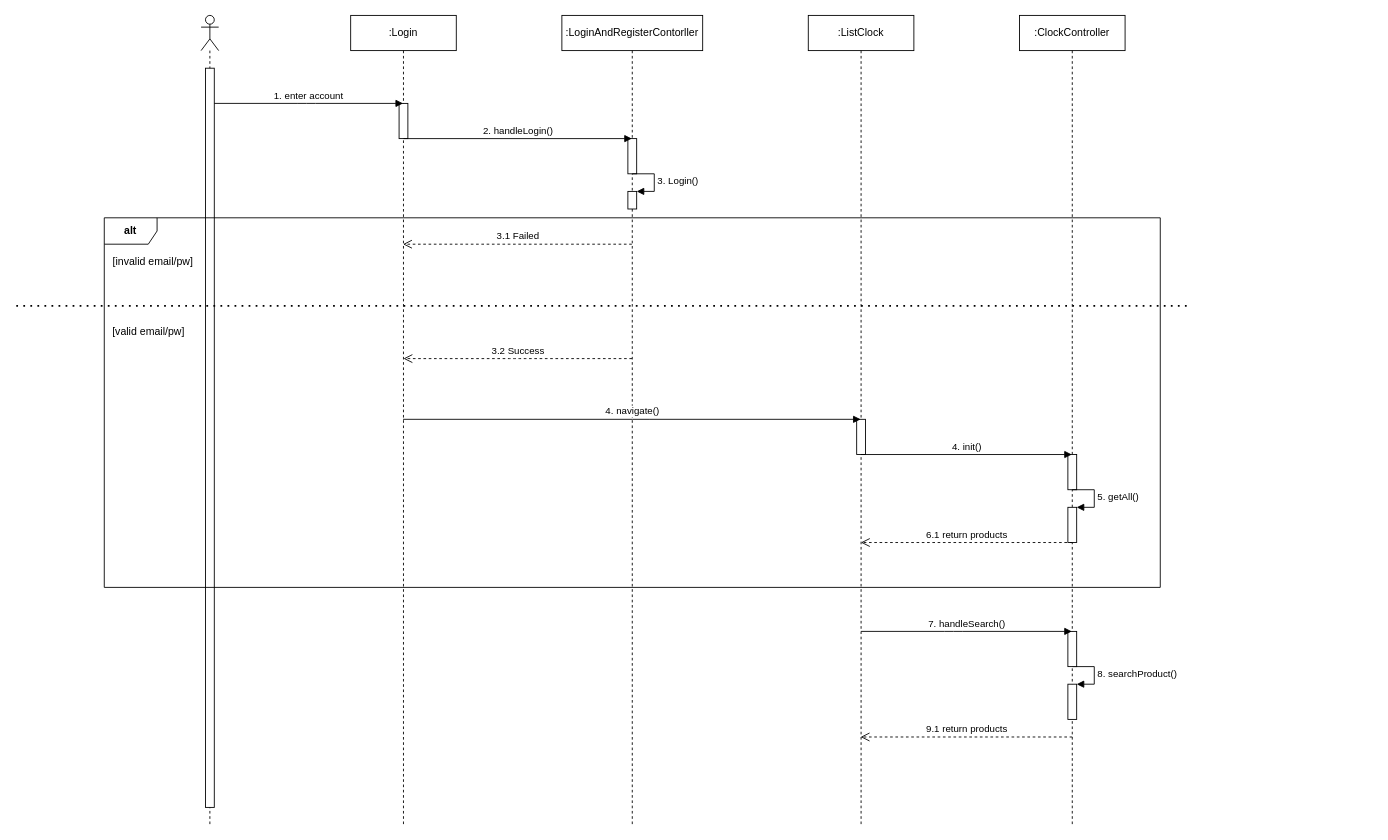
Above: page "ListClock" (1 of 5) of Draw/Sequence_component.drawio in TMChi3n/clock-web (draw.io), before the change. Source tidied: cells renumbered, new cells numbered last; positions are measured from the earlier drawing's top-left corner, leaving out a move shared by most shapes. Both pictures are drawn from the tidied source at 88%, with x=0, y=0 at pixel (16, 15).
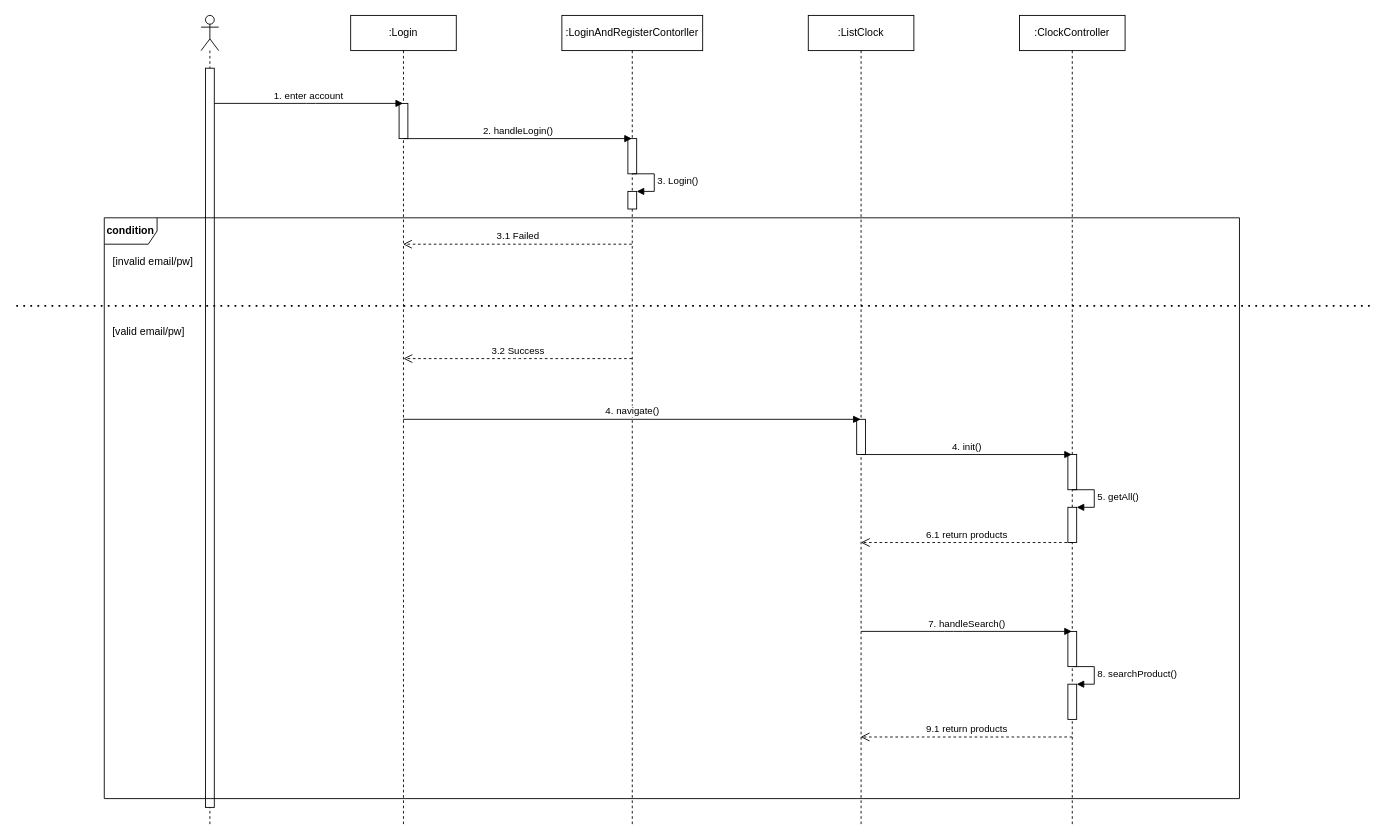
After the change.

The edit, as a diff of the source:
```diff
@@
     <mxCell id="26" style="endArrow=none;dashed=1;html=1;dashPattern=1 3;strokeWidth=2;" parent="1" edge="1">
       <mxGeometry relative="1" as="geometry">
         <mxPoint y="330" as="sourcePoint" />
-        <mxPoint x="1330" y="330" as="targetPoint" />
+        <mxPoint x="1540" y="330" as="targetPoint" />
       </mxGeometry>
     </mxCell>
@@
-    <mxCell id="29" value="&lt;b&gt;alt&lt;/b&gt;" style="shape=umlFrame;whiteSpace=wrap;html=1;" parent="1" vertex="1">
-      <mxGeometry x="100" y="230" width="1200" height="420" as="geometry" />
-    </mxCell>
@@
+    <mxCell id="32" value="&lt;b&gt;condition&lt;/b&gt;" style="shape=umlFrame;whiteSpace=wrap;html=1;" parent="1" vertex="1">
+      <mxGeometry x="100" y="230" width="1290" height="660" as="geometry" />
+    </mxCell>
```
